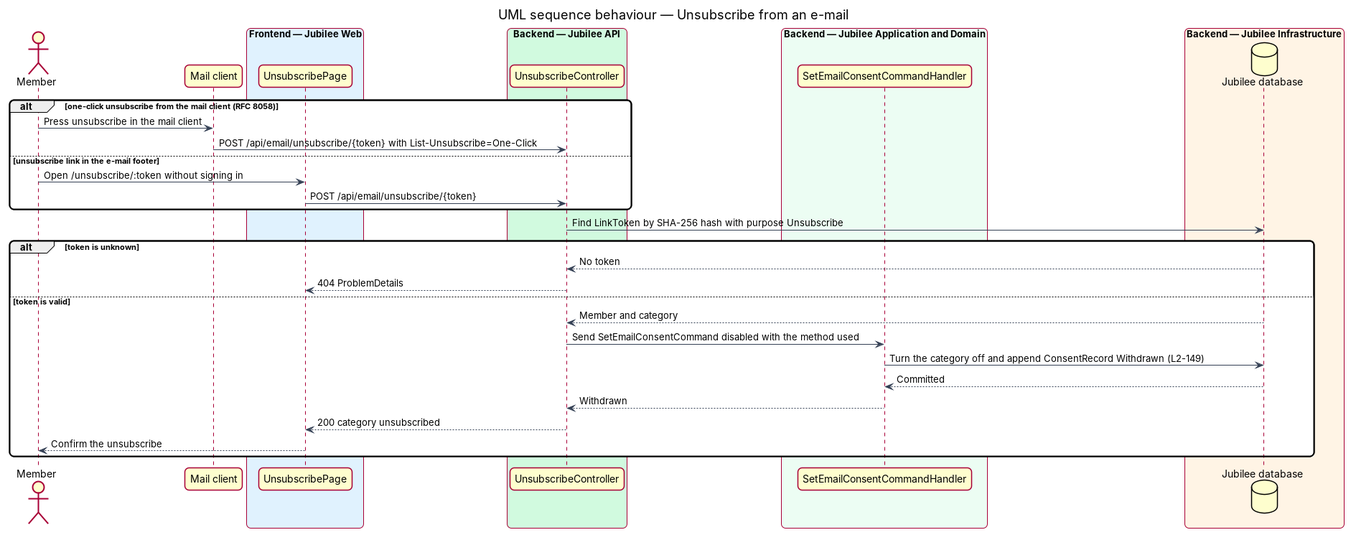
The PlantUML diagram docs/detailed-designs/privacy/manage-email-consent/diagrams/sequence-unsubscribe-from-email.png in QuinntyneBrown/jubilee, before a commit. Its source is kept beside it as docs/detailed-designs/privacy/manage-email-consent/diagrams/sequence-unsubscribe-from-email.puml. Source of this version:
```plantuml
@startuml
title UML sequence behaviour — Unsubscribe from an e-mail
skinparam backgroundColor #FFFFFF
skinparam shadowing false
skinparam roundcorner 12
skinparam defaultFontName Arial
skinparam ArrowColor #344054
skinparam rectangle {
  BorderColor #344054
  FontColor #101828
}
skinparam package {
  BorderColor #667085
  FontColor #101828
  BackgroundColor #F9FAFB
}
actor "Member" as actor
participant "Mail client" as mail
box "Frontend — Jubilee Web" #E0F2FE
  participant "UnsubscribePage" as page
end box
box "Backend — Jubilee API" #D1FADF
  participant "UnsubscribeController" as controller
end box
box "Backend — Jubilee Application and Domain" #ECFDF3
  participant "SetEmailConsentCommandHandler" as handler
end box
box "Backend — Jubilee Infrastructure" #FFF4E5
  database "Jubilee database" as db
end box
alt one-click unsubscribe from the mail client (RFC 8058)
  actor -> mail : Press unsubscribe in the mail client
  mail -> controller : POST /api/email/unsubscribe/{token} with List-Unsubscribe=One-Click
else unsubscribe link in the e-mail footer
  actor -> page : Open /unsubscribe/:token without signing in
  page -> controller : POST /api/email/unsubscribe/{token}
end
controller -> db : Find LinkToken by SHA-256 hash with purpose Unsubscribe
alt token is unknown
  db --> controller : No token
  controller --> page : 404 ProblemDetails
else token is valid
  db --> controller : Member and category
  controller -> handler : Send SetEmailConsentCommand disabled with the method used
  handler -> db : Turn the category off and append ConsentRecord Withdrawn (L2-149)
  db --> handler : Committed
  handler --> controller : Withdrawn
  controller --> page : 200 category unsubscribed
  page --> actor : Confirm the unsubscribe
end
@enduml
```
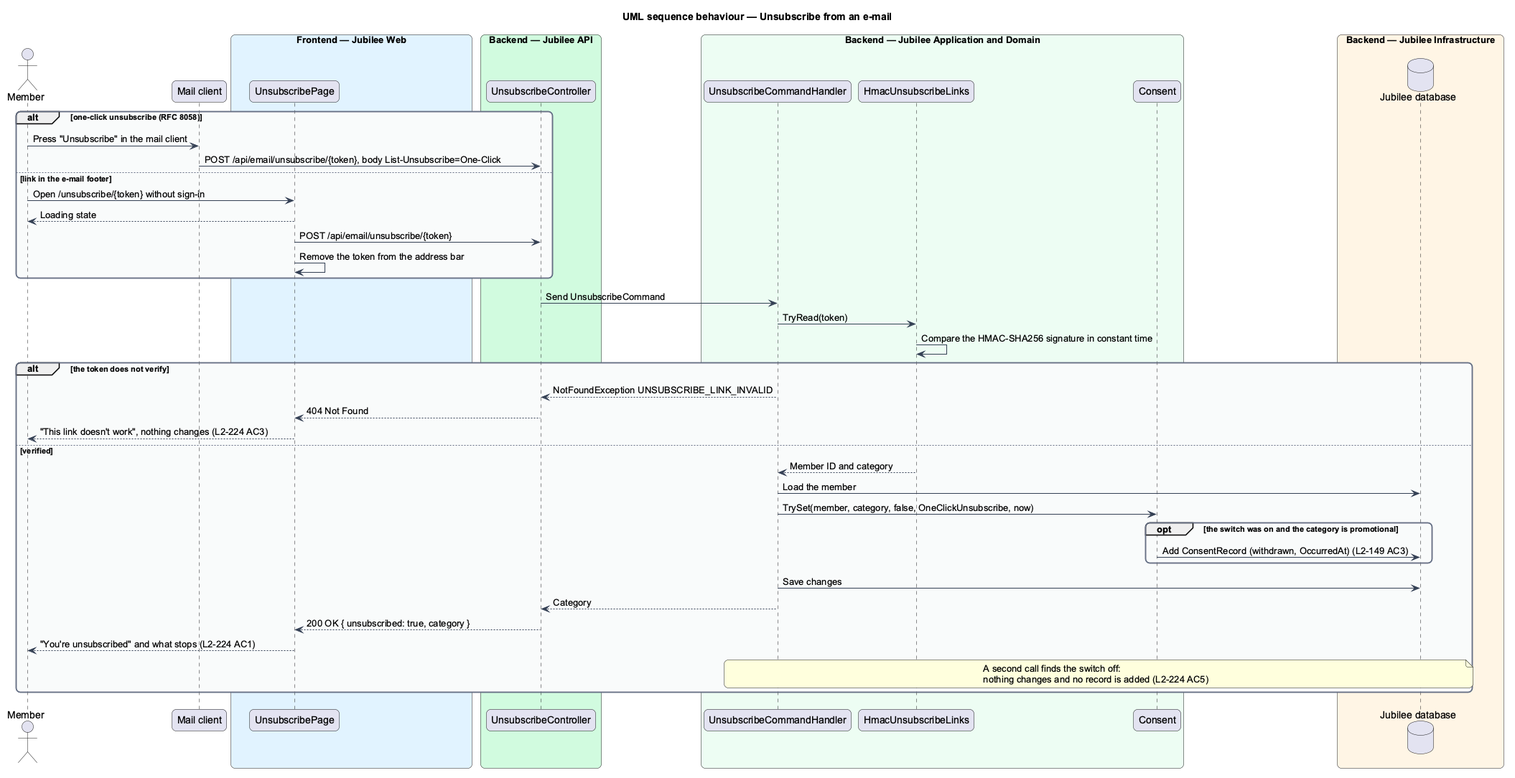
Above is the later version.

Change to the diagram source:
```diff
@@ -14,8 +14,8 @@
   FontColor #101828
   BackgroundColor #F9FAFB
 }
-actor "Member" as actor
-participant "Mail client" as mail
+actor "Member" as member
+participant "Mail client" as client
 box "Frontend — Jubilee Web" #E0F2FE
   participant "UnsubscribePage" as page
 end box
@@ -23,29 +23,40 @@
   participant "UnsubscribeController" as controller
 end box
 box "Backend — Jubilee Application and Domain" #ECFDF3
-  participant "SetEmailConsentCommandHandler" as handler
+  participant "UnsubscribeCommandHandler" as handler
+  participant "HmacUnsubscribeLinks" as links
+  participant "Consent" as consent
 end box
 box "Backend — Jubilee Infrastructure" #FFF4E5
   database "Jubilee database" as db
 end box
-alt one-click unsubscribe from the mail client (RFC 8058)
-  actor -> mail : Press unsubscribe in the mail client
-  mail -> controller : POST /api/email/unsubscribe/{token} with List-Unsubscribe=One-Click
-else unsubscribe link in the e-mail footer
-  actor -> page : Open /unsubscribe/:token without signing in
+alt one-click unsubscribe (RFC 8058)
+  member -> client : Press "Unsubscribe" in the mail client
+  client -> controller : POST /api/email/unsubscribe/{token}, body List-Unsubscribe=One-Click
+else link in the e-mail footer
+  member -> page : Open /unsubscribe/{token} without sign-in
+  page --> member : Loading state
   page -> controller : POST /api/email/unsubscribe/{token}
+  page -> page : Remove the token from the address bar
 end
-controller -> db : Find LinkToken by SHA-256 hash with purpose Unsubscribe
-alt token is unknown
-  db --> controller : No token
-  controller --> page : 404 ProblemDetails
-else token is valid
-  db --> controller : Member and category
-  controller -> handler : Send SetEmailConsentCommand disabled with the method used
-  handler -> db : Turn the category off and append ConsentRecord Withdrawn (L2-149)
-  db --> handler : Committed
-  handler --> controller : Withdrawn
-  controller --> page : 200 category unsubscribed
-  page --> actor : Confirm the unsubscribe
+controller -> handler : Send UnsubscribeCommand
+handler -> links : TryRead(token)
+links -> links : Compare the HMAC-SHA256 signature in constant time
+alt the token does not verify
+  handler --> controller : NotFoundException UNSUBSCRIBE_LINK_INVALID
+  controller --> page : 404 Not Found
+  page --> member : "This link doesn't work", nothing changes (L2-224 AC3)
+else verified
+  links --> handler : Member ID and category
+  handler -> db : Load the member
+  handler -> consent : TrySet(member, category, false, OneClickUnsubscribe, now)
+  opt the switch was on and the category is promotional
+    consent -> db : Add ConsentRecord (withdrawn, OccurredAt) (L2-149 AC3)
+  end
+  handler -> db : Save changes
+  handler --> controller : Category
+  controller --> page : 200 OK { unsubscribed: true, category }
+  page --> member : "You're unsubscribed" and what stops (L2-224 AC1)
+  note over handler, db : A second call finds the switch off:\nnothing changes and no record is added (L2-224 AC5)
 end
 @enduml
```
